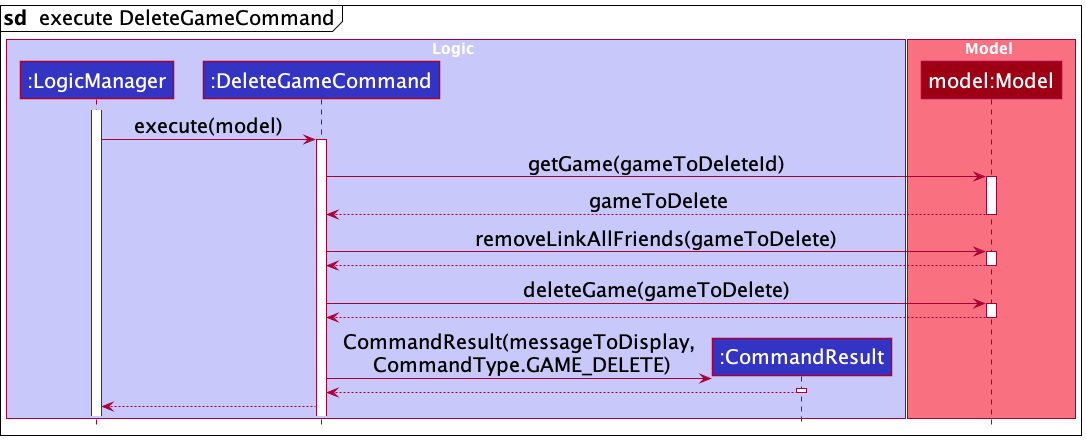
This is docs/images/DeleteGameSequenceDiagram2.png from nus-cs2103-AY2122S1/tp, a PlantUML export, as it was before one commit.
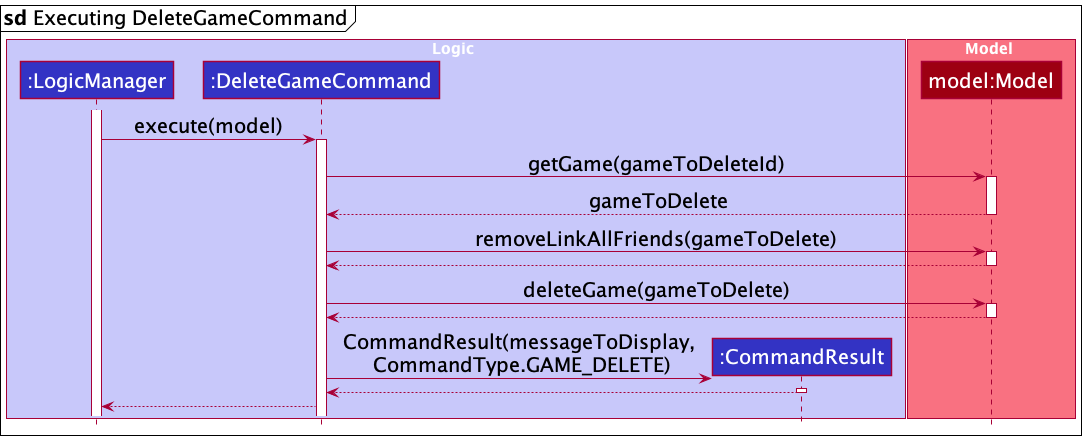
The same diagram one commit later.

The edit, as a diff of the source:
```diff
@@ -2,7 +2,7 @@
 !include style.puml
 skinparam defaultFontSize 20
 
-mainframe **sd**  execute DeleteGameCommand
+mainframe **sd** Executing DeleteGameCommand
 
 box Logic LOGIC_COLOR_T1
 participant ":LogicManager" as LogicManager LOGIC_COLOR
```
